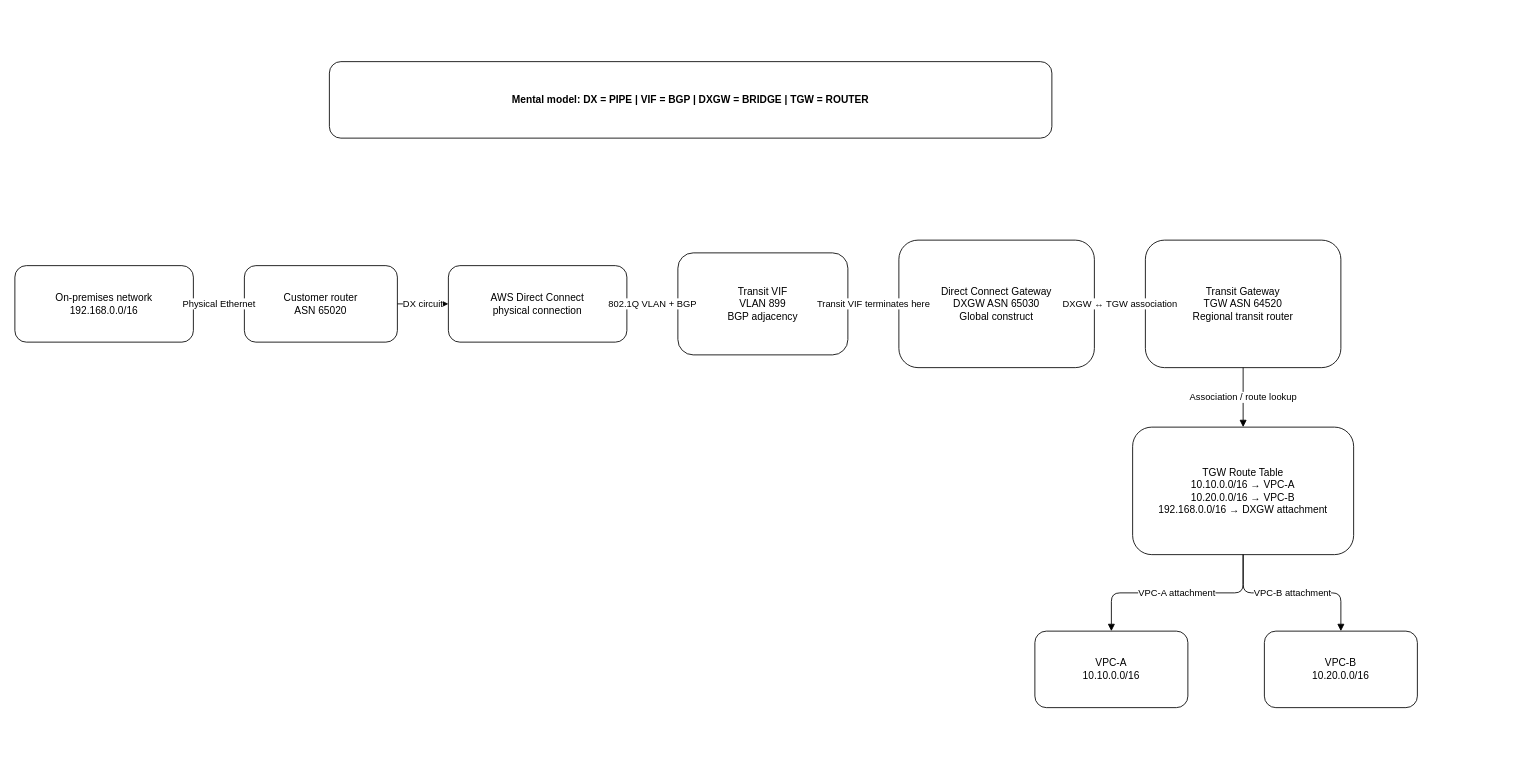
Above: images/09-08-26_aws_dx_transit_vif_architecture.drawio in ccaiccie/knowledge (draw.io), before the change. Source tidied: cells renumbered, new cells numbered last; positions are measured from the earlier drawing's top-left corner, leaving out a move shared by most shapes. Both pictures are drawn from the tidied source at 85%, with x=0, y=0 at pixel (14, 61).
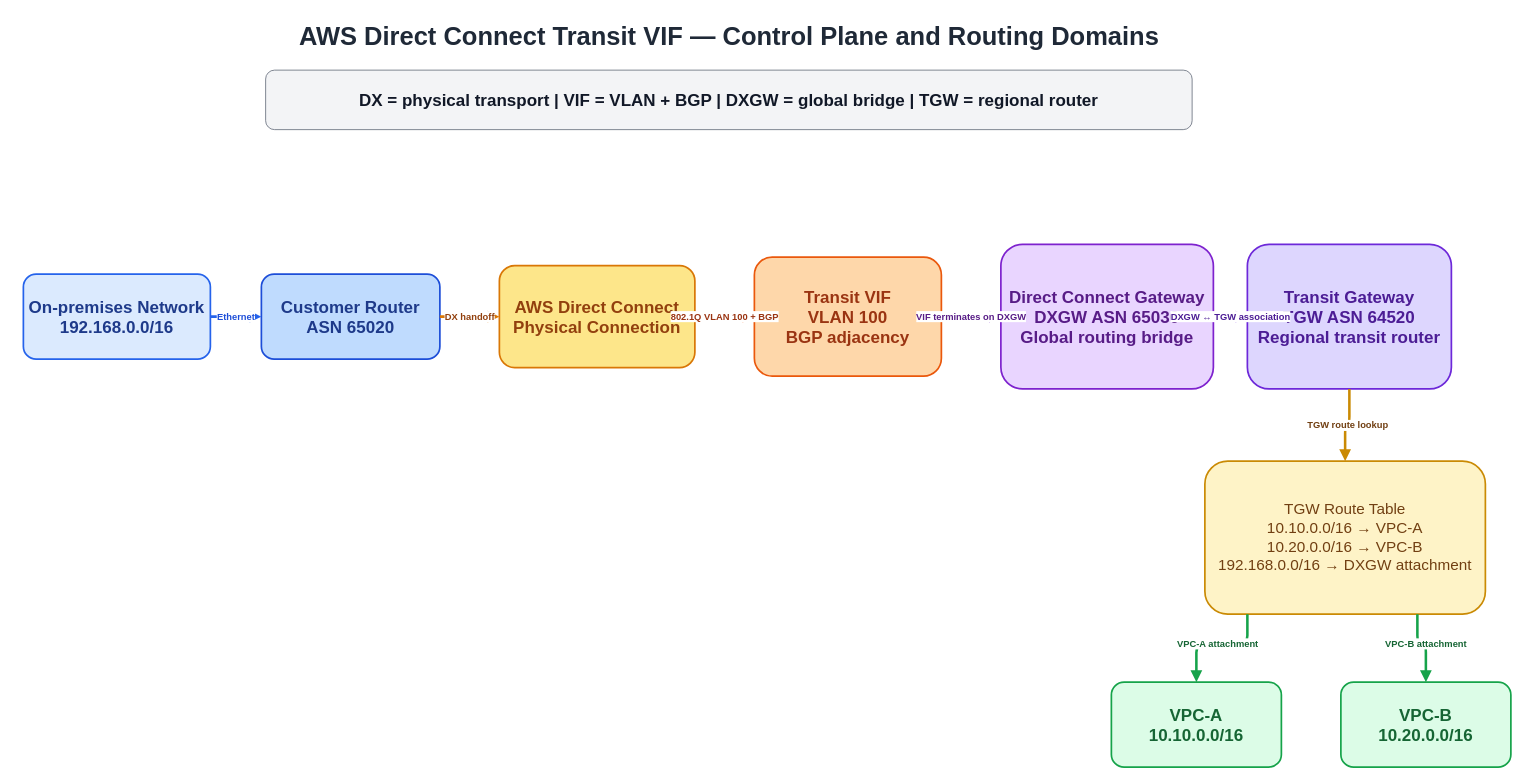
After the change.

Commit message:
Redesign Direct Connect transit VIF architecture diagram

The edit, as a diff of the source:
```diff
@@
-    <mxCell id="2" value="On-premises network&#10;192.168.0.0/16" style="rounded=1;whiteSpace=wrap;html=1;" parent="1" vertex="1">
-      <mxGeometry y="240" width="210" height="90" as="geometry" />
-    </mxCell>
-    <mxCell id="3" value="Customer router&#10;ASN 65020" style="rounded=1;whiteSpace=wrap;html=1;" parent="1" vertex="1">
-      <mxGeometry x="270" y="240" width="180" height="90" as="geometry" />
-    </mxCell>
-    <mxCell id="4" value="AWS Direct Connect&#10;physical connection" style="rounded=1;whiteSpace=wrap;html=1;" parent="1" vertex="1">
-      <mxGeometry x="510" y="240" width="210" height="90" as="geometry" />
-    </mxCell>
-    <mxCell id="5" value="Transit VIF&#10;VLAN 899&#10;BGP adjacency" style="rounded=1;whiteSpace=wrap;html=1;" parent="1" vertex="1">
-      <mxGeometry x="780" y="225" width="200" height="120" as="geometry" />
-    </mxCell>
-    <mxCell id="6" value="Direct Connect Gateway&#10;DXGW ASN 65030&#10;Global construct" style="rounded=1;whiteSpace=wrap;html=1;" parent="1" vertex="1">
-      <mxGeometry x="1040" y="210" width="230" height="150" as="geometry" />
-    </mxCell>
+    <mxCell id="20" value="AWS Direct Connect Transit VIF — Control Plane and Routing Domains" style="text;html=1;align=center;verticalAlign=middle;fontSize=30;fontStyle=1;fontColor=#1f2937;" parent="1" vertex="1">
+      <mxGeometry x="240" y="-55" width="1200" height="50" as="geometry" />
+    </mxCell>
+    <mxCell id="21" value="DX = physical transport   |   VIF = VLAN + BGP   |   DXGW = global bridge   |   TGW = regional router" style="rounded=1;whiteSpace=wrap;html=1;fillColor=#f3f4f6;strokeColor=#6b7280;fontSize=20;fontStyle=1;fontColor=#111827;" parent="1" vertex="1">
+      <mxGeometry x="295" y="10" width="1090" height="70" as="geometry" />
+    </mxCell>
+    <mxCell id="22" value="On-premises Network&#10;192.168.0.0/16" style="rounded=1;whiteSpace=wrap;html=1;fillColor=#dbeafe;strokeColor=#2563eb;strokeWidth=2;fontSize=20;fontStyle=1;fontColor=#1e3a8a;" parent="1" vertex="1">
+      <mxGeometry x="10" y="250" width="220" height="100" as="geometry" />
+    </mxCell>
+    <mxCell id="23" value="Customer Router&#10;ASN 65020" style="rounded=1;whiteSpace=wrap;html=1;fillColor=#bfdbfe;strokeColor=#1d4ed8;strokeWidth=2;fontSize=20;fontStyle=1;fontColor=#1e3a8a;" parent="1" vertex="1">
+      <mxGeometry x="290" y="250" width="210" height="100" as="geometry" />
+    </mxCell>
+    <mxCell id="24" value="AWS Direct Connect&#10;Physical Connection" style="rounded=1;whiteSpace=wrap;html=1;fillColor=#fde68a;strokeColor=#d97706;strokeWidth=2;fontSize=20;fontStyle=1;fontColor=#92400e;" parent="1" vertex="1">
+      <mxGeometry x="570" y="240" width="230" height="120" as="geometry" />
+    </mxCell>
+    <mxCell id="25" value="Transit VIF&#10;VLAN 100&#10;BGP adjacency" style="rounded=1;whiteSpace=wrap;html=1;fillColor=#fed7aa;strokeColor=#ea580c;strokeWidth=2;fontSize=20;fontStyle=1;fontColor=#9a3412;" parent="1" vertex="1">
+      <mxGeometry x="870" y="230" width="220" height="140" as="geometry" />
+    </mxCell>
+    <mxCell id="26" value="Direct Connect Gateway&#10;DXGW ASN 65030&#10;Global routing bridge" style="rounded=1;whiteSpace=wrap;html=1;fillColor=#e9d5ff;strokeColor=#7e22ce;strokeWidth=2;fontSize=20;fontStyle=1;fontColor=#581c87;" parent="1" vertex="1">
+      <mxGeometry x="1160" y="215" width="250" height="170" as="geometry" />
+    </mxCell>
-    <mxCell id="7" value="Transit Gateway&#10;TGW ASN 64520&#10;Regional transit router" style="rounded=1;whiteSpace=wrap;html=1;" parent="1" vertex="1">
-      <mxGeometry x="1330" y="210" width="230" height="150" as="geometry" />
+    <mxCell id="7" value="Transit Gateway&#10;TGW ASN 64520&#10;Regional transit router" style="rounded=1;whiteSpace=wrap;html=1;fillColor=#ddd6fe;strokeColor=#6d28d9;strokeWidth=2;fontSize=20;fontStyle=1;fontColor=#4c1d95;" parent="1" vertex="1">
+      <mxGeometry x="1450" y="215" width="240" height="170" as="geometry" />
     </mxCell>
-    <mxCell id="8" value="TGW Route Table&#10;10.10.0.0/16 → VPC-A&#10;10.20.0.0/16 → VPC-B&#10;192.168.0.0/16 → DXGW attachment" style="rounded=1;whiteSpace=wrap;html=1;" parent="1" vertex="1">
-      <mxGeometry x="1315" y="430" width="260" height="150" as="geometry" />
+    <mxCell id="8" value="TGW Route Table&#10;10.10.0.0/16 → VPC-A&#10;10.20.0.0/16 → VPC-B&#10;192.168.0.0/16 → DXGW attachment" style="rounded=1;whiteSpace=wrap;html=1;fillColor=#fef3c7;strokeColor=#ca8a04;strokeWidth=2;fontSize=18;fontColor=#713f12;" parent="1" vertex="1">
+      <mxGeometry x="1400" y="470" width="330" height="180" as="geometry" />
     </mxCell>
-    <mxCell id="9" value="VPC-A&#10;10.10.0.0/16" style="rounded=1;whiteSpace=wrap;html=1;" parent="1" vertex="1">
-      <mxGeometry x="1200" y="670" width="180" height="90" as="geometry" />
+    <mxCell id="9" value="VPC-A&#10;10.10.0.0/16" style="rounded=1;whiteSpace=wrap;html=1;fillColor=#dcfce7;strokeColor=#16a34a;strokeWidth=2;fontSize=20;fontStyle=1;fontColor=#166534;" parent="1" vertex="1">
+      <mxGeometry x="1290" y="730" width="200" height="100" as="geometry" />
     </mxCell>
-    <mxCell id="10" value="VPC-B&#10;10.20.0.0/16" style="rounded=1;whiteSpace=wrap;html=1;" parent="1" vertex="1">
-      <mxGeometry x="1470" y="670" width="180" height="90" as="geometry" />
+    <mxCell id="10" value="VPC-B&#10;10.20.0.0/16" style="rounded=1;whiteSpace=wrap;html=1;fillColor=#dcfce7;strokeColor=#16a34a;strokeWidth=2;fontSize=20;fontStyle=1;fontColor=#166534;" parent="1" vertex="1">
+      <mxGeometry x="1560" y="730" width="200" height="100" as="geometry" />
     </mxCell>
-    <mxCell id="11" value="Physical Ethernet" style="edgeStyle=orthogonalEdgeStyle;rounded=1;jettySize=auto;html=1;endArrow=block;endFill=1;" parent="1" edge="1" source="2" target="3">
-      <mxGeometry relative="1" as="geometry" />
-    </mxCell>
-    <mxCell id="12" value="DX circuit" style="edgeStyle=orthogonalEdgeStyle;rounded=1;jettySize=auto;html=1;endArrow=block;endFill=1;" parent="1" edge="1" source="3" target="4">
-      <mxGeometry relative="1" as="geometry" />
-    </mxCell>
-    <mxCell id="13" value="802.1Q VLAN + BGP" style="edgeStyle=orthogonalEdgeStyle;rounded=1;jettySize=auto;html=1;endArrow=block;endFill=1;" parent="1" edge="1" source="4" target="5">
-      <mxGeometry relative="1" as="geometry" />
-    </mxCell>
-    <mxCell id="14" value="Transit VIF terminates here" style="edgeStyle=orthogonalEdgeStyle;rounded=1;jettySize=auto;html=1;endArrow=block;endFill=1;" parent="1" edge="1" source="5" target="6">
-      <mxGeometry relative="1" as="geometry" />
-    </mxCell>
+    <mxCell id="27" value="Ethernet" style="edgeStyle=orthogonalEdgeStyle;rounded=1;html=1;strokeColor=#2563eb;strokeWidth=3;endArrow=block;endFill=1;fontColor=#1d4ed8;fontStyle=1;" parent="1" edge="1" source="22" target="23">
+      <mxGeometry relative="1" as="geometry" />
+    </mxCell>
+    <mxCell id="28" value="DX handoff" style="edgeStyle=orthogonalEdgeStyle;rounded=1;html=1;strokeColor=#d97706;strokeWidth=3;endArrow=block;endFill=1;fontColor=#92400e;fontStyle=1;" parent="1" edge="1" source="23" target="24">
+      <mxGeometry relative="1" as="geometry" />
+    </mxCell>
+    <mxCell id="29" value="802.1Q VLAN 100 + BGP" style="edgeStyle=orthogonalEdgeStyle;rounded=1;html=1;strokeColor=#ea580c;strokeWidth=3;endArrow=block;endFill=1;fontColor=#9a3412;fontStyle=1;" parent="1" edge="1" source="24" target="25">
+      <mxGeometry relative="1" as="geometry" />
+    </mxCell>
+    <mxCell id="30" value="VIF terminates on DXGW" style="edgeStyle=orthogonalEdgeStyle;rounded=1;html=1;strokeColor=#7e22ce;strokeWidth=3;endArrow=block;endFill=1;fontColor=#581c87;fontStyle=1;" parent="1" edge="1" source="25" target="26">
+      <mxGeometry relative="1" as="geometry" />
+    </mxCell>
-    <mxCell id="15" value="DXGW ↔ TGW association" style="edgeStyle=orthogonalEdgeStyle;rounded=1;jettySize=auto;html=1;endArrow=block;endFill=1;" parent="1" edge="1" source="6" target="7">
+    <mxCell id="15" value="DXGW ↔ TGW association" style="edgeStyle=orthogonalEdgeStyle;rounded=1;html=1;strokeColor=#6d28d9;strokeWidth=3;endArrow=block;endFill=1;fontColor=#4c1d95;fontStyle=1;" parent="1" edge="1" source="26" target="7">
       <mxGeometry relative="1" as="geometry" />
     </mxCell>
-    <mxCell id="16" value="Association / route lookup" style="edgeStyle=orthogonalEdgeStyle;rounded=1;jettySize=auto;html=1;endArrow=block;endFill=1;" parent="1" edge="1" source="7" target="8">
+    <mxCell id="16" value="TGW route lookup" style="edgeStyle=orthogonalEdgeStyle;rounded=1;html=1;strokeColor=#ca8a04;strokeWidth=3;endArrow=block;endFill=1;fontColor=#713f12;fontStyle=1;" parent="1" edge="1" source="7" target="8">
       <mxGeometry relative="1" as="geometry" />
     </mxCell>
-    <mxCell id="17" value="VPC-A attachment" style="edgeStyle=orthogonalEdgeStyle;rounded=1;jettySize=auto;html=1;endArrow=block;endFill=1;" parent="1" edge="1" source="8" target="9">
-      <mxGeometry relative="1" as="geometry" />
+    <mxCell id="17" value="VPC-A attachment" style="edgeStyle=orthogonalEdgeStyle;rounded=1;html=1;strokeColor=#16a34a;strokeWidth=3;endArrow=block;endFill=1;fontColor=#166534;fontStyle=1;" parent="1" edge="1" source="8" target="9">
+      <mxGeometry relative="1" as="geometry">
+        <Array as="points">
+          <mxPoint x="1450" y="685" />
+          <mxPoint x="1390" y="685" />
+        </Array>
+      </mxGeometry>
     </mxCell>
-    <mxCell id="18" value="VPC-B attachment" style="edgeStyle=orthogonalEdgeStyle;rounded=1;jettySize=auto;html=1;endArrow=block;endFill=1;" parent="1" edge="1" source="8" target="10">
-      <mxGeometry relative="1" as="geometry" />
+    <mxCell id="18" value="VPC-B attachment" style="edgeStyle=orthogonalEdgeStyle;rounded=1;html=1;strokeColor=#16a34a;strokeWidth=3;endArrow=block;endFill=1;fontColor=#166534;fontStyle=1;" parent="1" edge="1" source="8" target="10">
+      <mxGeometry relative="1" as="geometry">
+        <Array as="points">
+          <mxPoint x="1650" y="685" />
+        </Array>
+      </mxGeometry>
     </mxCell>
-    <mxCell id="19" value="Mental model: DX = PIPE | VIF = BGP | DXGW = BRIDGE | TGW = ROUTER" style="rounded=1;whiteSpace=wrap;html=1;fontStyle=1;" parent="1" vertex="1">
-      <mxGeometry x="370" width="850" height="90" as="geometry" />
-    </mxCell>
```
